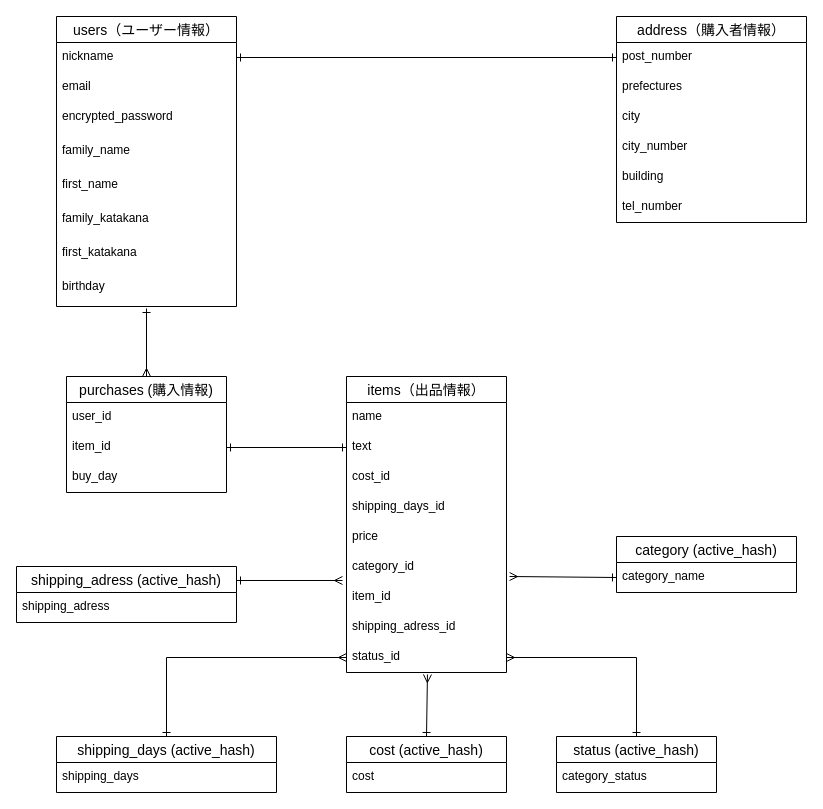
This is test.dio from gocci45/furima-32064, a draw.io file, before an edit. Source tidied: cells renumbered, new cells numbered last; positions are measured from the earlier drawing's top-left corner, leaving out a move shared by most shapes. Both pictures are drawn from the tidied source at 100%, with x=0, y=0 at pixel (16, 16).
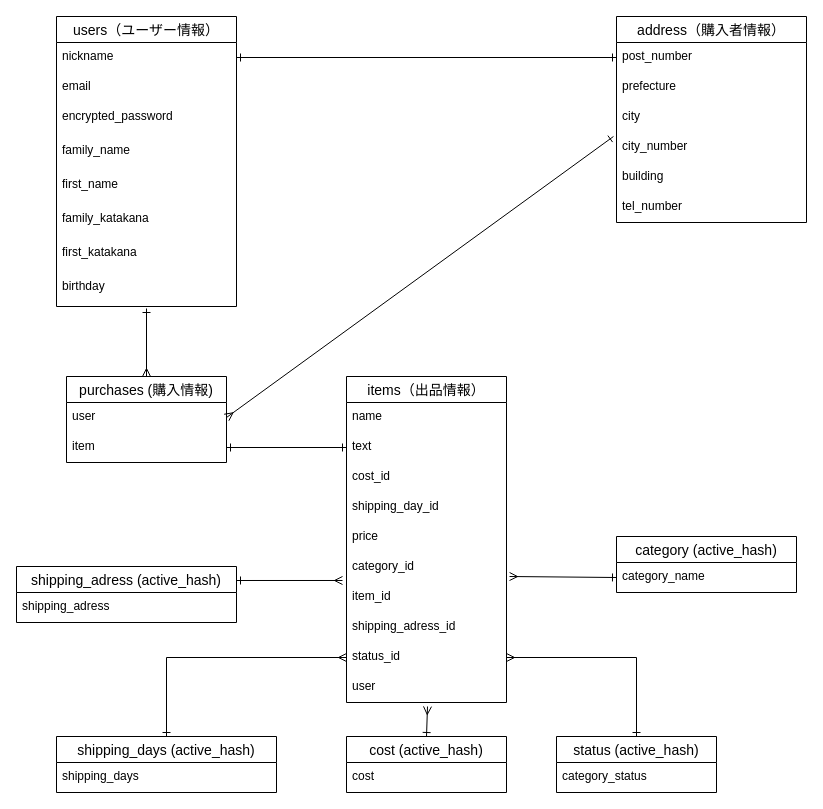
The same page after the edit.

The change refers to these unchanged cells:
```xml
<mxCell id="11" value="address（購入者情報）" style="swimlane;fontStyle=0;horizontal=1;startSize=26;align=center;fontSize=14;" parent="1" vertex="1">
  <mxGeometry x="600" width="190" height="206" as="geometry" />
</mxCell>
<mxCell id="15" value="city_number" style="text;strokeColor=none;fillColor=none;spacingLeft=4;spacingRight=4;overflow=hidden;points=[[0,0.5],[1,0.5]];portConstraint=eastwest;fontSize=12;" parent="11" vertex="1">
  <mxGeometry y="116" width="190" height="30" as="geometry" />
</mxCell>
<mxCell id="28" value="status_id" style="text;strokeColor=none;fillColor=none;spacingLeft=4;spacingRight=4;overflow=hidden;points=[[0,0.5],[1,0.5]];portConstraint=eastwest;fontSize=12;" parent="19" vertex="1">
  <mxGeometry y="266" width="160" height="30" as="geometry" />
</mxCell>
<mxCell id="33" value="cost (active_hash)" style="swimlane;fontStyle=0;horizontal=1;startSize=26;align=center;fontSize=14;" parent="1" vertex="1">
  <mxGeometry x="330" y="720" width="160" height="56" as="geometry" />
</mxCell>
```

Change to the diagram source:
```diff
@@
-    <mxCell id="13" value="prefectures" style="text;strokeColor=none;fillColor=none;spacingLeft=4;spacingRight=4;overflow=hidden;fontSize=12;" parent="11" vertex="1">
+    <mxCell id="13" value="prefecture" style="text;strokeColor=none;fillColor=none;spacingLeft=4;spacingRight=4;overflow=hidden;fontSize=12;" parent="11" vertex="1">
       <mxGeometry y="56" width="190" height="30" as="geometry" />
     </mxCell>
@@
     <mxCell id="19" value="items（出品情報）" style="swimlane;fontStyle=0;horizontal=1;startSize=26;align=center;fontSize=14;" parent="1" vertex="1">
-      <mxGeometry x="330" y="360" width="160" height="296" as="geometry" />
+      <mxGeometry x="330" y="360" width="160" height="326" as="geometry" />
     </mxCell>
@@
-    <mxCell id="23" value="shipping_days_id" style="text;strokeColor=none;fillColor=none;spacingLeft=4;spacingRight=4;overflow=hidden;fontSize=12;" parent="19" vertex="1">
+    <mxCell id="23" value="shipping_day_id" style="text;strokeColor=none;fillColor=none;spacingLeft=4;spacingRight=4;overflow=hidden;fontSize=12;" parent="19" vertex="1">
       <mxGeometry y="116" width="160" height="30" as="geometry" />
     </mxCell>
@@
+    <mxCell id="50" value="user" style="text;strokeColor=none;fillColor=none;spacingLeft=4;spacingRight=4;overflow=hidden;fontSize=12;" parent="19" vertex="1">
+      <mxGeometry y="296" width="160" height="30" as="geometry" />
+    </mxCell>
@@
-    <mxCell id="32" style="edgeStyle=none;rounded=0;jettySize=auto;html=1;exitX=0.5;exitY=0;exitDx=0;exitDy=0;entryX=0.506;entryY=1.067;entryDx=0;entryDy=0;entryPerimeter=0;startArrow=ERone;startFill=0;endArrow=ERmany;endFill=0;" parent="1" edge="1" source="33" target="28">
-      <mxGeometry relative="1" as="geometry" />
+    <mxCell id="32" style="edgeStyle=none;rounded=0;jettySize=auto;html=1;exitX=0.5;exitY=0;exitDx=0;exitDy=0;startArrow=ERone;startFill=0;endArrow=ERmany;endFill=0;" parent="1" edge="1" source="33">
+      <mxGeometry relative="1" as="geometry">
+        <mxPoint x="411" y="690" as="targetPoint" />
+      </mxGeometry>
     </mxCell>
@@
     <mxCell id="45" value="purchases (購入情報)" style="swimlane;fontStyle=0;horizontal=1;startSize=26;align=center;fontSize=14;" parent="1" vertex="1">
-      <mxGeometry x="50" y="360" width="160" height="116" as="geometry" />
+      <mxGeometry x="50" y="360" width="160" height="86" as="geometry" />
     </mxCell>
-    <mxCell id="46" value="user_id" style="text;strokeColor=none;fillColor=none;spacingLeft=4;spacingRight=4;overflow=hidden;points=[[0,0.5],[1,0.5]];portConstraint=eastwest;fontSize=12;" parent="45" vertex="1">
+    <mxCell id="46" value="user" style="text;strokeColor=none;fillColor=none;spacingLeft=4;spacingRight=4;overflow=hidden;points=[[0,0.5],[1,0.5]];portConstraint=eastwest;fontSize=12;" parent="45" vertex="1">
       <mxGeometry y="26" width="160" height="30" as="geometry" />
     </mxCell>
-    <mxCell id="47" value="item_id" style="text;strokeColor=none;fillColor=none;spacingLeft=4;spacingRight=4;overflow=hidden;points=[[0,0.5],[1,0.5]];portConstraint=eastwest;fontSize=12;" parent="45" vertex="1">
+    <mxCell id="47" value="item" style="text;strokeColor=none;fillColor=none;spacingLeft=4;spacingRight=4;overflow=hidden;points=[[0,0.5],[1,0.5]];portConstraint=eastwest;fontSize=12;" parent="45" vertex="1">
       <mxGeometry y="56" width="160" height="30" as="geometry" />
     </mxCell>
-    <mxCell id="48" value="buy_day" style="text;strokeColor=none;fillColor=none;spacingLeft=4;spacingRight=4;overflow=hidden;fontSize=12;" parent="45" vertex="1">
-      <mxGeometry y="86" width="160" height="30" as="geometry" />
-    </mxCell>
@@
+    <mxCell id="51" style="edgeStyle=none;rounded=0;jettySize=auto;html=1;exitX=1;exitY=0.5;exitDx=0;exitDy=0;entryX=-0.016;entryY=0.133;entryDx=0;entryDy=0;entryPerimeter=0;startArrow=ERmany;startFill=0;endArrow=ERone;endFill=0;" parent="1" edge="1" source="46" target="15">
+      <mxGeometry relative="1" as="geometry" />
+    </mxCell>
```
